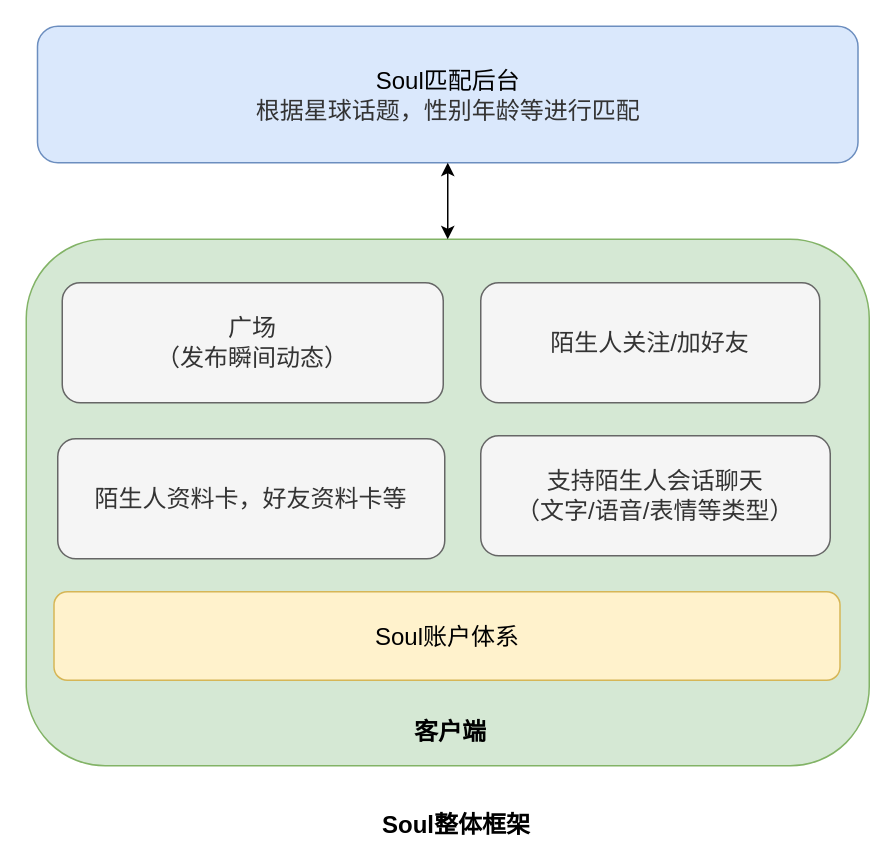
The draw.io diagram page "Page-5" (5 of 5) of t3.drawio in wind1096471134/Brainstorming, before the edit. Source tidied: cells renumbered, new cells numbered last; positions are measured from the earlier drawing's top-left corner, leaving out a move shared by most shapes. Both pictures are drawn from the tidied source at 150%, with x=0, y=0 at pixel (26, 26).
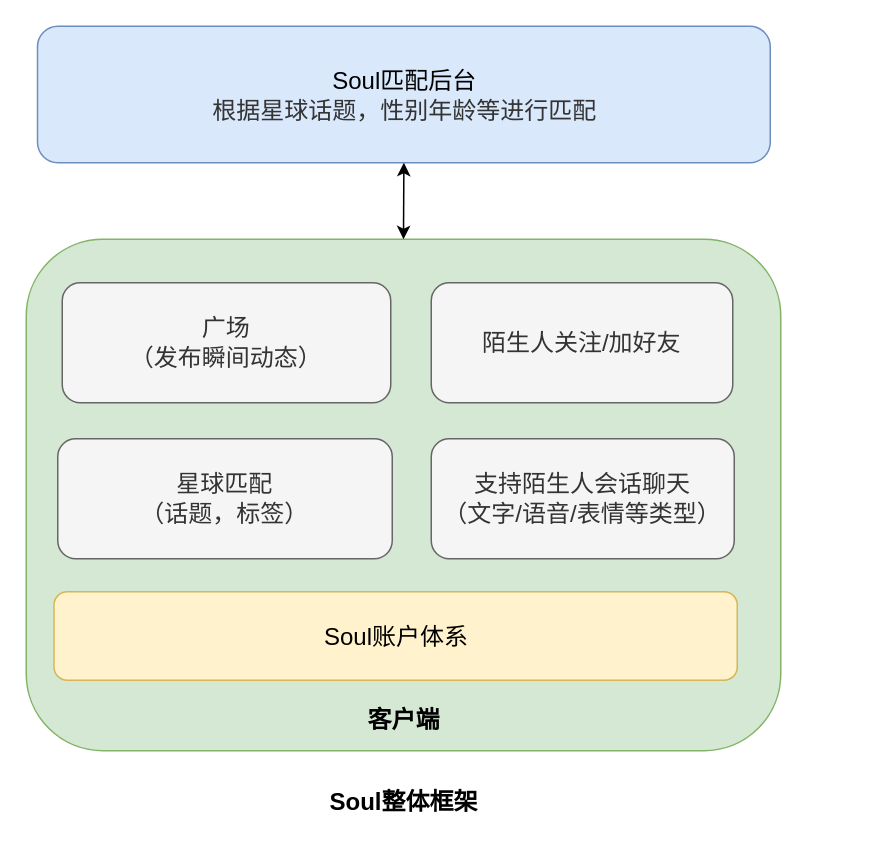
The same diagram, later.

Diff of the diagram source:
```diff
@@
 <mxGraphModel>
   <root>
     <mxCell id="0" />
     <mxCell id="1" parent="0" />
     <mxCell id="2" value="&lt;span style=&quot;font-size: 16px ; white-space: normal&quot;&gt;&lt;br&gt;&lt;/span&gt;" style="rounded=1;whiteSpace=wrap;html=1;fillColor=#d5e8d4;strokeColor=#82b366;" parent="1" vertex="1">
-      <mxGeometry y="142" width="562" height="351" as="geometry" />
+      <mxGeometry y="142" width="503" height="341" as="geometry" />
     </mxCell>
     <mxCell id="3" value="&lt;font style=&quot;font-size: 16px&quot;&gt;Soul账户体系&lt;br&gt;&lt;/font&gt;" style="rounded=1;whiteSpace=wrap;html=1;fillColor=#fff2cc;strokeColor=#d6b656;" parent="1" vertex="1">
-      <mxGeometry x="18.5" y="377" width="524" height="59" as="geometry" />
+      <mxGeometry x="18.5" y="377" width="455.5" height="59" as="geometry" />
     </mxCell>
     <mxCell id="4" value="&lt;span style=&quot;font-size: 16px&quot;&gt;支持陌生人会话聊天&lt;br&gt;（文字/语音/表情等类型）&lt;br&gt;&lt;/span&gt;" style="rounded=1;whiteSpace=wrap;html=1;fillColor=#f5f5f5;strokeColor=#666666;fontColor=#333333;" parent="1" vertex="1">
-      <mxGeometry x="303" y="273" width="233" height="80" as="geometry" />
+      <mxGeometry x="270" y="275" width="202" height="80" as="geometry" />
     </mxCell>
     <mxCell id="5" value="&lt;span style=&quot;font-size: 16px&quot;&gt;广场&lt;br&gt;（发布瞬间动态）&lt;br&gt;&lt;/span&gt;" style="rounded=1;whiteSpace=wrap;html=1;fillColor=#f5f5f5;strokeColor=#666666;fontColor=#333333;" parent="1" vertex="1">
-      <mxGeometry x="24" y="171" width="254" height="80" as="geometry" />
+      <mxGeometry x="24" y="171" width="219" height="80" as="geometry" />
     </mxCell>
     <mxCell id="6" value="&lt;span style=&quot;font-size: 16px&quot;&gt;陌生人关注/加好友&lt;br&gt;&lt;/span&gt;" style="rounded=1;whiteSpace=wrap;html=1;fillColor=#f5f5f5;strokeColor=#666666;fontColor=#333333;" parent="1" vertex="1">
-      <mxGeometry x="303" y="171" width="226" height="80" as="geometry" />
+      <mxGeometry x="270" y="171" width="201" height="80" as="geometry" />
     </mxCell>
     <mxCell id="7" value="&lt;font style=&quot;font-size: 16px&quot;&gt;&lt;b&gt;Soul整体框架&lt;/b&gt;&lt;/font&gt;" style="text;html=1;strokeColor=none;fillColor=none;align=center;verticalAlign=middle;whiteSpace=wrap;rounded=0;" parent="1" vertex="1">
-      <mxGeometry x="204" y="522" width="166" height="20" as="geometry" />
+      <mxGeometry x="168.8" y="507" width="166" height="20" as="geometry" />
     </mxCell>
-    <mxCell id="8" value="&lt;span style=&quot;font-size: 16px&quot;&gt;陌生人资料卡，好友资料卡等&lt;/span&gt;&lt;span style=&quot;font-size: 16px&quot;&gt;&lt;br&gt;&lt;/span&gt;" style="rounded=1;whiteSpace=wrap;html=1;fillColor=#f5f5f5;strokeColor=#666666;fontColor=#333333;" parent="1" vertex="1">
-      <mxGeometry x="21" y="275" width="258" height="80" as="geometry" />
+    <mxCell id="8" value="&lt;span style=&quot;font-size: 16px&quot;&gt;星球匹配&lt;br&gt;（话题，标签）&lt;br&gt;&lt;/span&gt;" style="rounded=1;whiteSpace=wrap;html=1;fillColor=#f5f5f5;strokeColor=#666666;fontColor=#333333;" parent="1" vertex="1">
+      <mxGeometry x="21" y="275" width="223" height="80" as="geometry" />
     </mxCell>
     <mxCell id="9" value="&lt;font style=&quot;font-size: 16px&quot;&gt;Soul匹配后台&lt;br&gt;&lt;span style=&quot;color: rgb(51 , 51 , 51)&quot;&gt;根据星球话题，性别年龄等进行匹配&lt;/span&gt;&lt;br&gt;&lt;/font&gt;" style="rounded=1;whiteSpace=wrap;html=1;fillColor=#dae8fc;strokeColor=#6c8ebf;" parent="1" vertex="1">
-      <mxGeometry x="7.5" width="547" height="91" as="geometry" />
+      <mxGeometry x="7.5" width="488.5" height="91" as="geometry" />
     </mxCell>
     <mxCell id="10" style="endArrow=classic;startArrow=classic;html=1;entryX=0.5;entryY=1;entryDx=0;entryDy=0;exitX=0.5;exitY=0;exitDx=0;exitDy=0;" parent="1" edge="1" source="2" target="9">
       <mxGeometry relative="1" as="geometry" />
     </mxCell>
     <mxCell id="11" value="&lt;font style=&quot;font-size: 16px&quot;&gt;&lt;b&gt;客户端&lt;/b&gt;&lt;/font&gt;" style="text;html=1;strokeColor=none;fillColor=none;align=center;verticalAlign=middle;whiteSpace=wrap;rounded=0;" parent="1" vertex="1">
-      <mxGeometry x="200" y="460" width="166" height="20" as="geometry" />
+      <mxGeometry x="168.5" y="452" width="166" height="20" as="geometry" />
     </mxCell>
   </root>
 </mxGraphModel>
```
